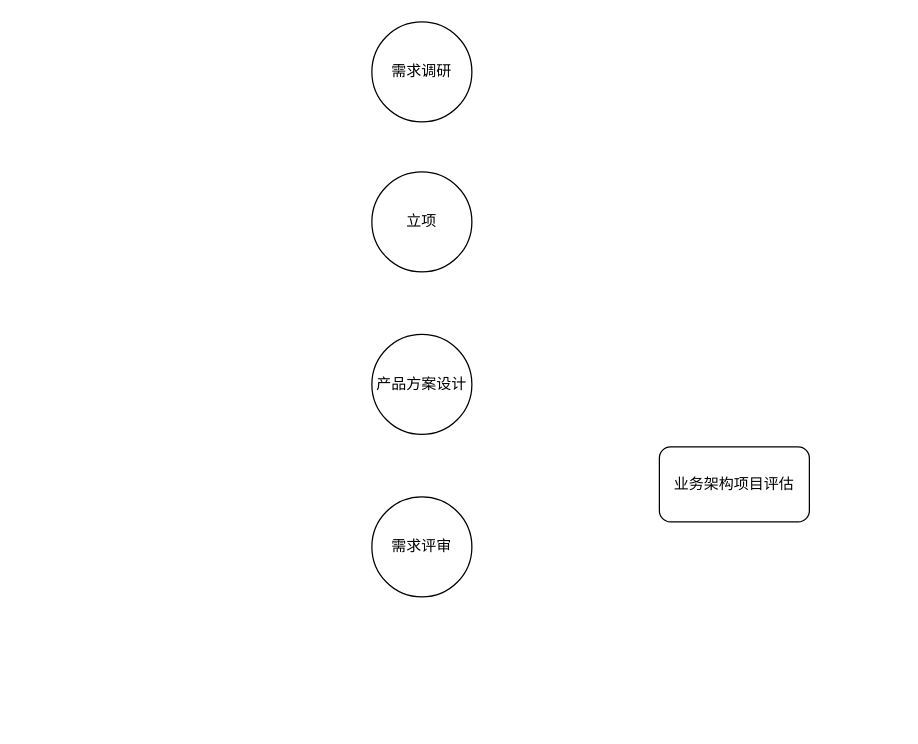
Earlier version of the draw.io diagram 需求开发流程.drawio (NonePro/UML). Source tidied: cells renumbered, new cells numbered last; positions are measured from the earlier drawing's top-left corner, leaving out a move shared by most shapes. Both pictures are drawn from the tidied source at 125%, with x=0, y=0 at pixel (371, 21).
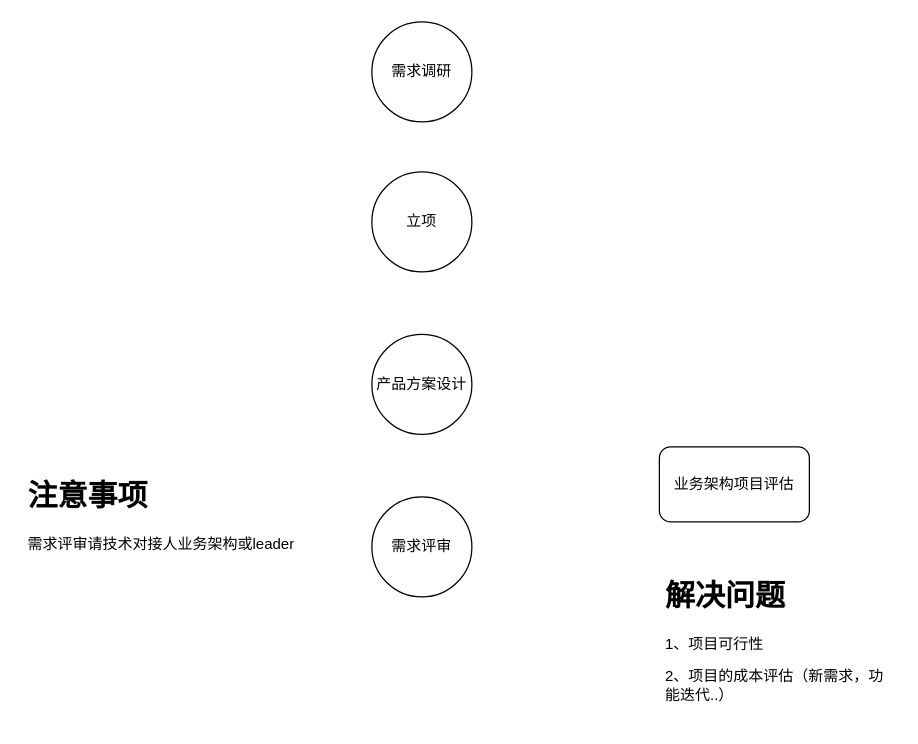
After the change.

Commit message (it also covers changes not shown here):
Update 需求开发流程.drawio

The edit, as a diff of the source:
```diff
@@
 <mxGraphModel>
   <root>
     <mxCell id="0" />
     <mxCell id="1" parent="0" />
     <mxCell id="2" value="需求调研" style="ellipse;whiteSpace=wrap;html=1;" parent="1" vertex="1">
       <mxGeometry width="80" height="80" as="geometry" />
     </mxCell>
     <mxCell id="3" value="需求评审" style="ellipse;whiteSpace=wrap;html=1;" parent="1" vertex="1">
       <mxGeometry y="380" width="80" height="80" as="geometry" />
     </mxCell>
     <mxCell id="4" value="立项" style="ellipse;whiteSpace=wrap;html=1;" parent="1" vertex="1">
       <mxGeometry y="120" width="80" height="80" as="geometry" />
     </mxCell>
     <mxCell id="5" value="产品方案设计" style="ellipse;whiteSpace=wrap;html=1;" parent="1" vertex="1">
       <mxGeometry y="250" width="80" height="80" as="geometry" />
     </mxCell>
     <mxCell id="6" value="业务架构项目评估" style="rounded=1;whiteSpace=wrap;html=1;" parent="1" vertex="1">
       <mxGeometry x="230" y="340" width="120" height="60" as="geometry" />
     </mxCell>
+    <mxCell id="7" value="&lt;h1&gt;解决问题&lt;/h1&gt;&lt;p&gt;1、项目可行性&lt;/p&gt;&lt;p&gt;2、项目的成本评估（新需求，功能迭代..）&lt;/p&gt;" style="text;html=1;strokeColor=none;fillColor=none;spacing=5;spacingTop=-20;whiteSpace=wrap;overflow=hidden;rounded=0;" parent="1" vertex="1">
+      <mxGeometry x="230" y="440" width="190" height="120" as="geometry" />
+    </mxCell>
+    <mxCell id="8" value="&lt;h1&gt;注意事项&lt;/h1&gt;&lt;p&gt;需求评审请技术对接人业务架构或leader&lt;/p&gt;" style="text;html=1;strokeColor=none;fillColor=none;spacing=5;spacingTop=-20;whiteSpace=wrap;overflow=hidden;rounded=0;" parent="1" vertex="1">
+      <mxGeometry x="-280" y="360" width="250" height="120" as="geometry" />
+    </mxCell>
   </root>
 </mxGraphModel>
```
